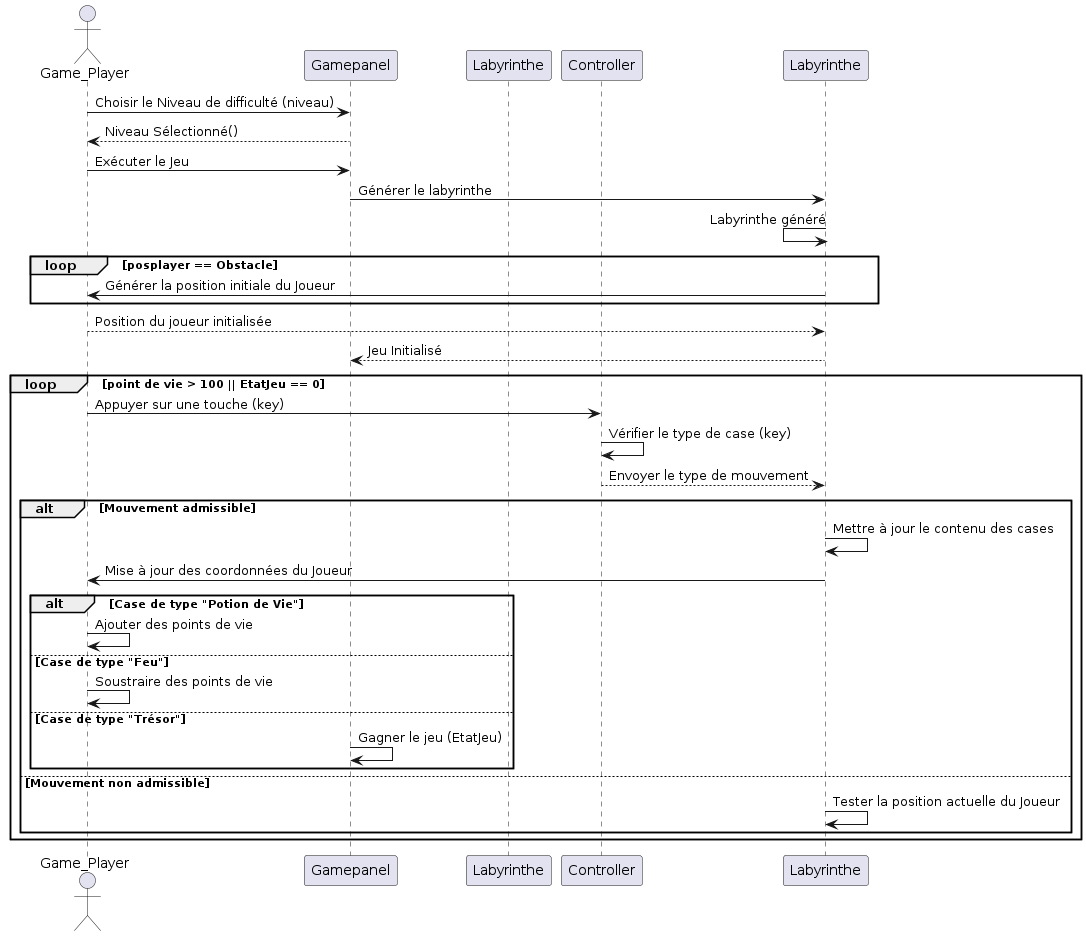
This is Documents/sprint2/Diagramme_de_sequence_jeu_detaillé.png from walidbrini/ACL-2023-UL-MAX, a PlantUML export, as it was before one commit.
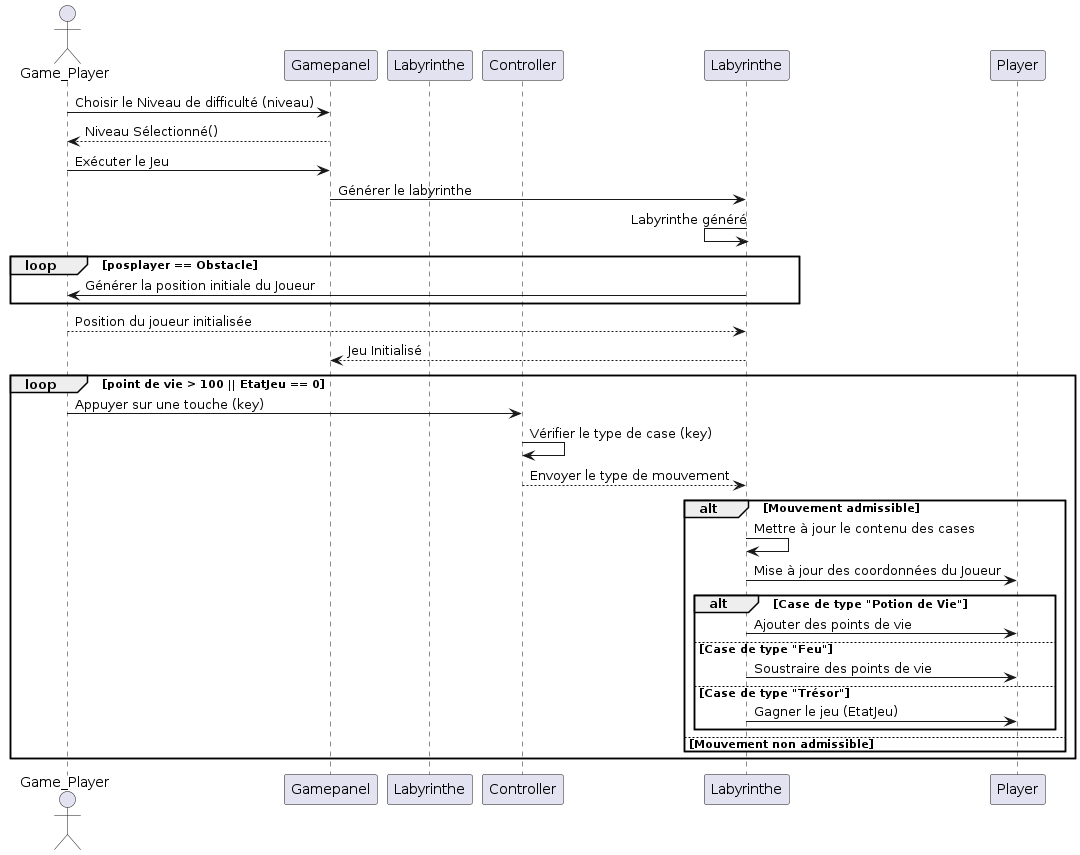
After the commit.

What changed in the source:
```diff
@@ -24,16 +24,15 @@
 
     alt Mouvement admissible
         Labyrinthe -> Labyrinthe: Mettre à jour le contenu des cases
-        Labyrinthe -> Gamer: Mise à jour des coordonnées du Joueur
+        Labyrinthe -> Player : Mise à jour des coordonnées du Joueur
         alt Case de type "Potion de Vie"
-            Gamer -> Gamer: Ajouter des points de vie
+            Labyrinthe -> Player: Ajouter des points de vie
         else Case de type "Feu"
-            Gamer -> Gamer: Soustraire des points de vie
+            Labyrinthe -> Player: Soustraire des points de vie
         else Case de type "Trésor"
-            Game_Panel -> Game_Panel: Gagner le jeu (EtatJeu)
+            Labyrinthe -> Player: Gagner le jeu (EtatJeu)
         end
     else Mouvement non admissible
-        Labyrinthe -> Labyrinthe: Tester la position actuelle du Joueur
     end
 end
 
```
